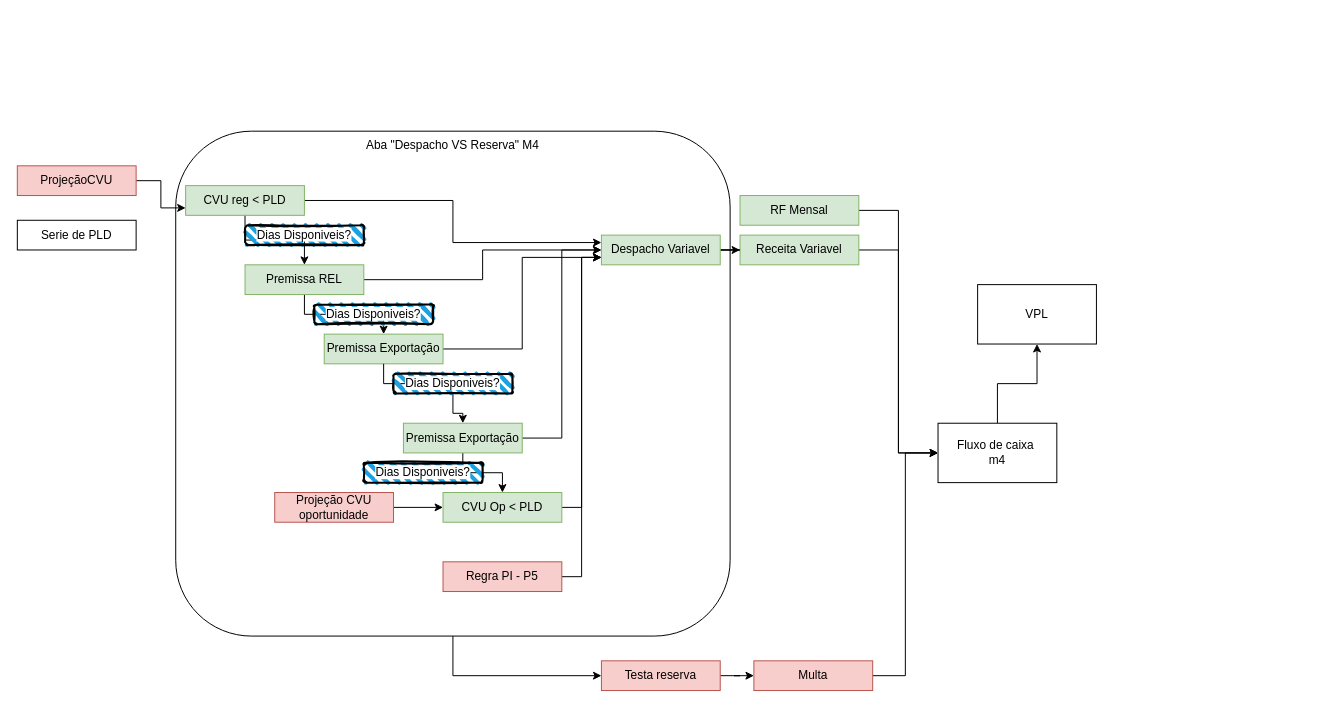
Earlier version of the draw.io diagram CO.drawio (thais-alves-carvalho/thaisalves). Source tidied: cells renumbered, new cells numbered last; positions are measured from the earlier drawing's top-left corner, leaving out a move shared by most shapes. Both pictures are drawn from the tidied source at 99%, with x=0, y=0 at pixel (17, 131).
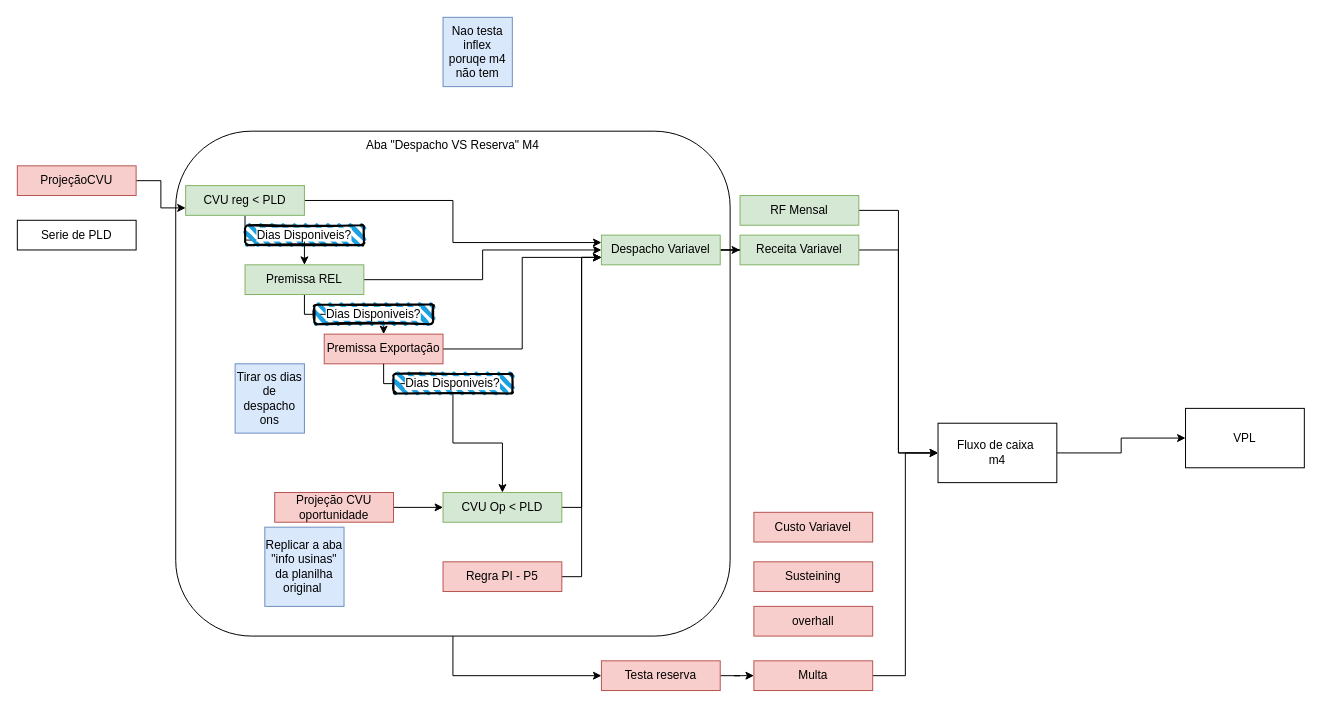
After the change.

The change refers to these unchanged cells:
```xml
<mxCell id="12" value="Despacho Variavel" style="rounded=0;whiteSpace=wrap;html=1;fillColor=#d5e8d4;strokeColor=#82b366;" parent="1" vertex="1">
  <mxGeometry x="590" y="105" width="120" height="30" as="geometry" />
</mxCell>
<mxCell id="28" value="&lt;span style=&quot;background-color: light-dark(#ffffff, var(--ge-dark-color, #121212));&quot;&gt;Dias Disponiveis?&lt;/span&gt;" style="rounded=1;whiteSpace=wrap;html=1;strokeWidth=2;fillWeight=4;hachureGap=8;hachureAngle=45;fillColor=#1ba1e2;sketch=1;" parent="1" vertex="1">
  <mxGeometry x="380" y="245" width="120" height="20" as="geometry" />
</mxCell>
<mxCell id="33" value="CVU Op &amp;lt; PLD" style="rounded=0;whiteSpace=wrap;html=1;fillColor=#d5e8d4;strokeColor=#82b366;" parent="1" vertex="1">
  <mxGeometry x="430" y="365" width="120" height="30" as="geometry" />
</mxCell>
```

Diff of the diagram source:
```diff
@@
     <mxCell id="4" value="VPL" style="rounded=0;whiteSpace=wrap;html=1;" parent="1" vertex="1">
-      <mxGeometry x="970" y="155" width="120" height="60" as="geometry" />
+      <mxGeometry x="1180" y="280" width="120" height="60" as="geometry" />
     </mxCell>
@@
-    <mxCell id="20" value="Premissa Exportação" style="rounded=0;whiteSpace=wrap;html=1;fillColor=#d5e8d4;strokeColor=#82b366;" parent="1" vertex="1">
+    <mxCell id="20" value="Premissa Exportação" style="rounded=0;whiteSpace=wrap;html=1;fillColor=#f8cecc;strokeColor=#b85450;" parent="1" vertex="1">
       <mxGeometry x="310" y="205" width="120" height="30" as="geometry" />
     </mxCell>
-    <mxCell id="21" style="edgeStyle=orthogonalEdgeStyle;rounded=0;jettySize=auto;html=1;entryX=0;entryY=0.5;entryDx=0;entryDy=0;" parent="1" edge="1" source="23" target="12">
-      <mxGeometry relative="1" as="geometry" />
-    </mxCell>
-    <mxCell id="22" style="edgeStyle=orthogonalEdgeStyle;rounded=0;jettySize=auto;html=1;" parent="1" edge="1" source="23" target="33">
-      <mxGeometry relative="1" as="geometry" />
-    </mxCell>
-    <mxCell id="23" value="Premissa Exportação" style="rounded=0;whiteSpace=wrap;html=1;fillColor=#d5e8d4;strokeColor=#82b366;" parent="1" vertex="1">
-      <mxGeometry x="390" y="295" width="120" height="30" as="geometry" />
-    </mxCell>
@@
-    <mxCell id="26" style="edgeStyle=orthogonalEdgeStyle;rounded=0;jettySize=auto;html=1;" parent="1" edge="1" source="28" target="23">
-      <mxGeometry relative="1" as="geometry" />
-    </mxCell>
@@
+    <mxCell id="43" style="edgeStyle=orthogonalEdgeStyle;rounded=0;jettySize=auto;html=1;" parent="1" edge="1" source="28" target="33">
+      <mxGeometry relative="1" as="geometry" />
+    </mxCell>
@@
-    <mxCell id="34" value="&lt;span style=&quot;background-color: light-dark(#ffffff, var(--ge-dark-color, #121212));&quot;&gt;Dias Disponiveis?&lt;/span&gt;" style="rounded=1;whiteSpace=wrap;html=1;strokeWidth=2;fillWeight=4;hachureGap=8;hachureAngle=45;fillColor=#1ba1e2;sketch=1;" parent="1" vertex="1">
-      <mxGeometry x="350" y="335" width="120" height="20" as="geometry" />
-    </mxCell>
@@
+    <mxCell id="44" value="Susteining" style="rounded=0;whiteSpace=wrap;html=1;fillColor=#f8cecc;strokeColor=#b85450;" parent="1" vertex="1">
+      <mxGeometry x="744" y="435" width="120" height="30" as="geometry" />
+    </mxCell>
+    <mxCell id="45" value="overhall" style="rounded=0;whiteSpace=wrap;html=1;fillColor=#f8cecc;strokeColor=#b85450;" parent="1" vertex="1">
+      <mxGeometry x="744" y="480" width="120" height="30" as="geometry" />
+    </mxCell>
+    <mxCell id="46" value="Custo Variavel" style="rounded=0;whiteSpace=wrap;html=1;fillColor=#f8cecc;strokeColor=#b85450;" parent="1" vertex="1">
+      <mxGeometry x="744" y="385" width="120" height="30" as="geometry" />
+    </mxCell>
+    <mxCell id="47" value="Replicar a aba &quot;info usinas&quot; da planilha original&amp;nbsp;" style="whiteSpace=wrap;html=1;fillColor=#dae8fc;strokeColor=#6c8ebf;" parent="1" vertex="1">
+      <mxGeometry x="250" y="400" width="80" height="80" as="geometry" />
+    </mxCell>
+    <mxCell id="48" value="Tirar os dias de despacho ons" style="whiteSpace=wrap;html=1;fillColor=#dae8fc;strokeColor=#6c8ebf;" parent="1" vertex="1">
+      <mxGeometry x="220" y="235" width="70" height="70" as="geometry" />
+    </mxCell>
+    <mxCell id="49" value="Nao testa inflex poruqe m4 não tem" style="whiteSpace=wrap;html=1;fillColor=#dae8fc;strokeColor=#6c8ebf;" parent="1" vertex="1">
+      <mxGeometry x="430" y="-115" width="70" height="70" as="geometry" />
+    </mxCell>
```
